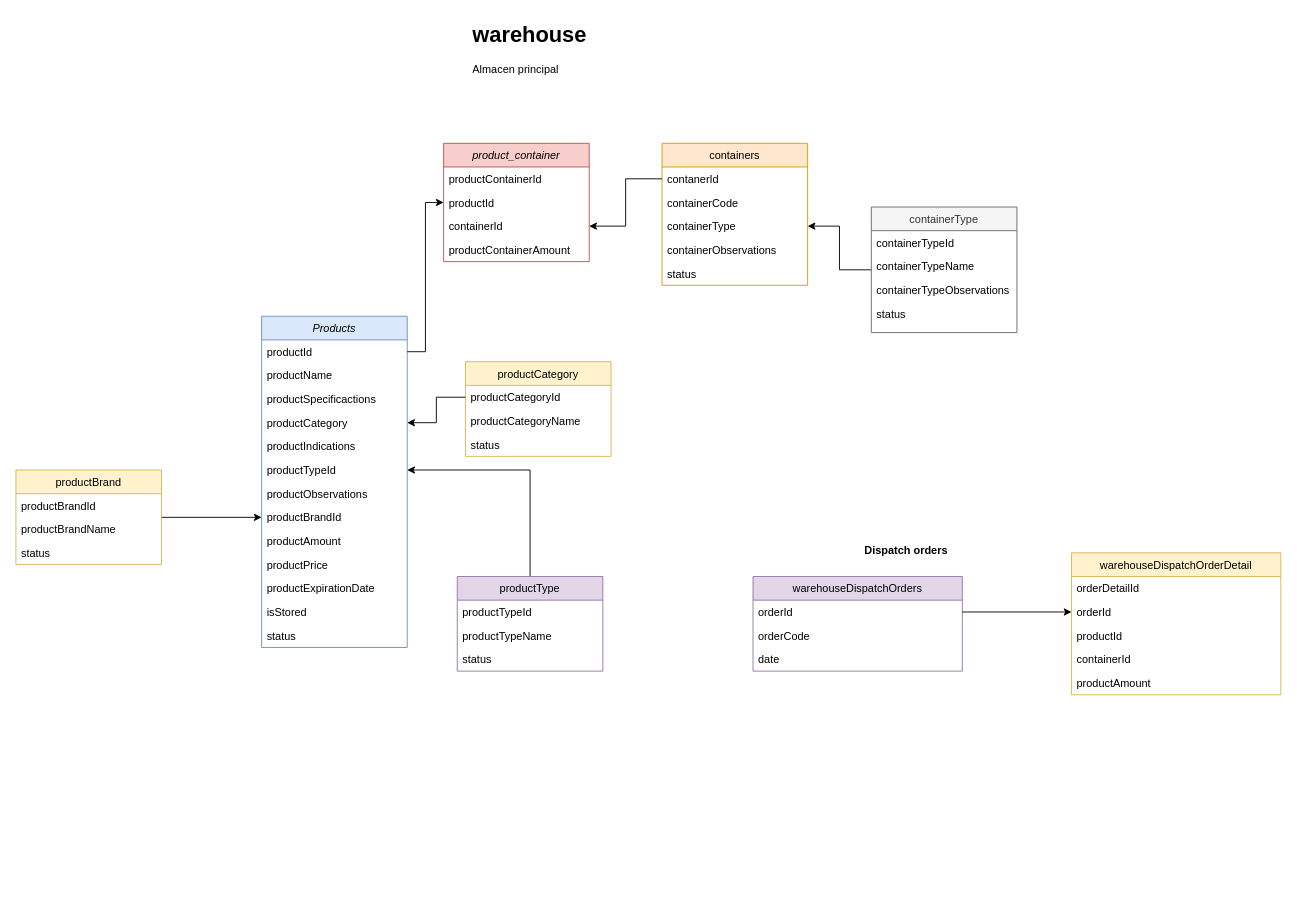
This is pharmacy.drawio from CarlosMayo1/pharmacy, a draw.io file, before an edit. Source tidied: cells renumbered, new cells numbered last; positions are measured from the earlier drawing's top-left corner, leaving out a move shared by most shapes. Both pictures are drawn from the tidied source at 91%, with x=0, y=0 at pixel (15, 15).
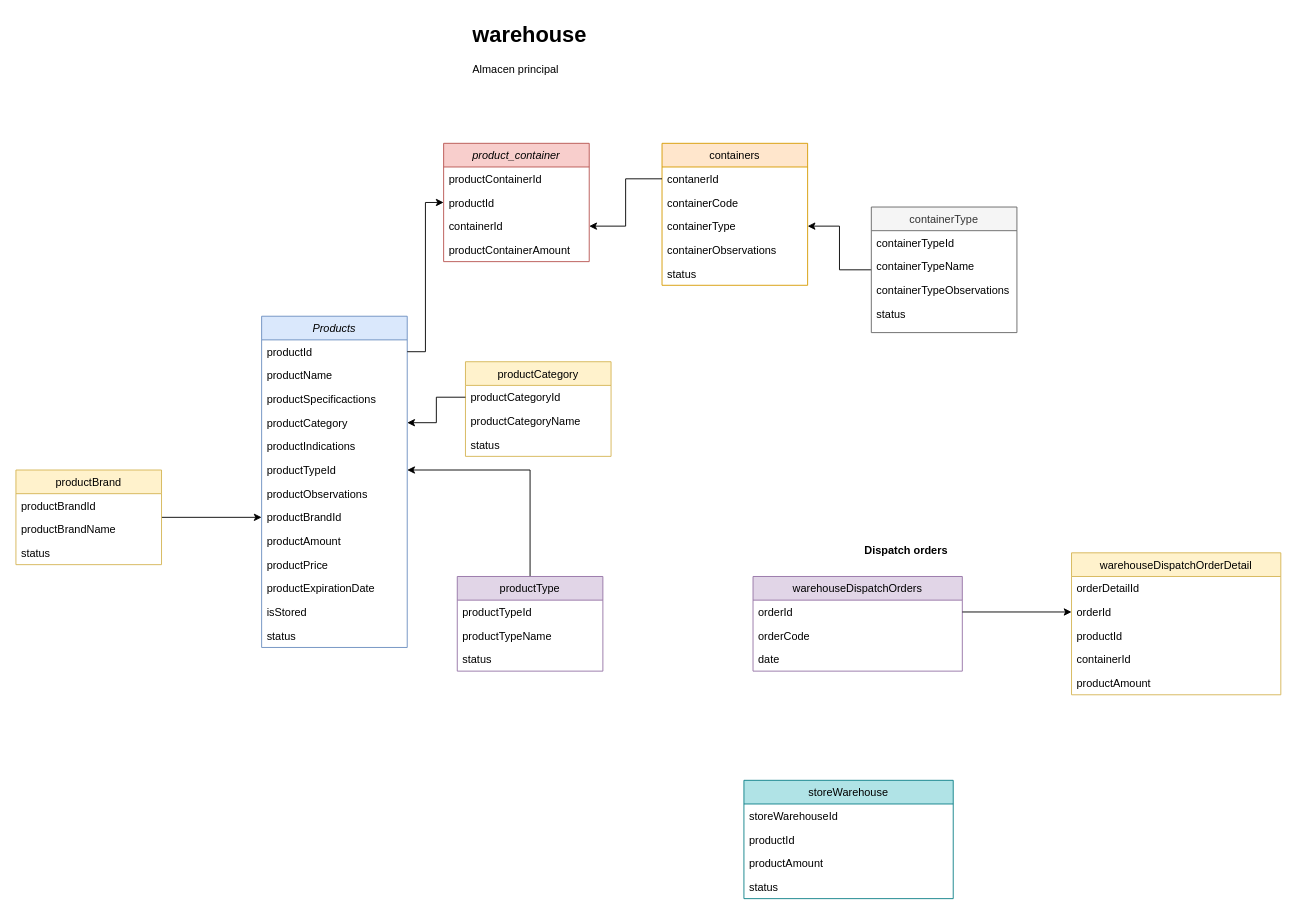
The same page after the edit.

Diff of the diagram source:
```diff
@@
+    <mxCell id="63" value="storeWarehouse" style="swimlane;fontStyle=0;align=center;verticalAlign=top;horizontal=1;startSize=26;rounded=0;shadow=0;strokeWidth=1;fillColor=#b0e3e6;strokeColor=#0e8088;" parent="1" vertex="1">
+      <mxGeometry x="800" y="840" width="230" height="130" as="geometry" />
+    </mxCell>
+    <mxCell id="64" value="storeWarehouseId" style="text;align=left;verticalAlign=top;spacingLeft=4;spacingRight=4;overflow=hidden;" parent="63" vertex="1">
+      <mxGeometry y="26" width="230" height="26" as="geometry" />
+    </mxCell>
+    <mxCell id="65" value="productId" style="text;align=left;verticalAlign=top;spacingLeft=4;spacingRight=4;overflow=hidden;" parent="63" vertex="1">
+      <mxGeometry y="52" width="230" height="26" as="geometry" />
+    </mxCell>
+    <mxCell id="66" value="productAmount" style="text;align=left;verticalAlign=top;spacingLeft=4;spacingRight=4;overflow=hidden;" parent="63" vertex="1">
+      <mxGeometry y="78" width="230" height="26" as="geometry" />
+    </mxCell>
+    <mxCell id="67" value="status" style="text;align=left;verticalAlign=top;spacingLeft=4;spacingRight=4;overflow=hidden;" parent="63" vertex="1">
+      <mxGeometry y="104" width="230" height="26" as="geometry" />
+    </mxCell>
```
